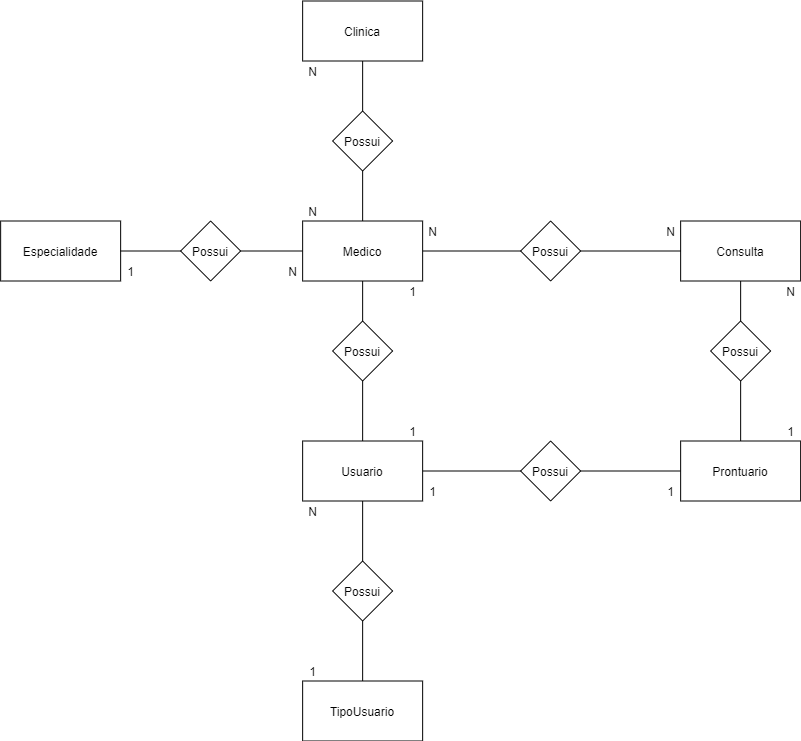
This is Modelagem/SpMedGroup - Modelo Conceitual.png from MattSouuza/Projeto-SpMedGroup, a draw.io export, as it was before one commit. Source tidied: cells renumbered, new cells last; positions are measured from the earlier drawing's top-left corner, leaving out a move shared by most shapes.
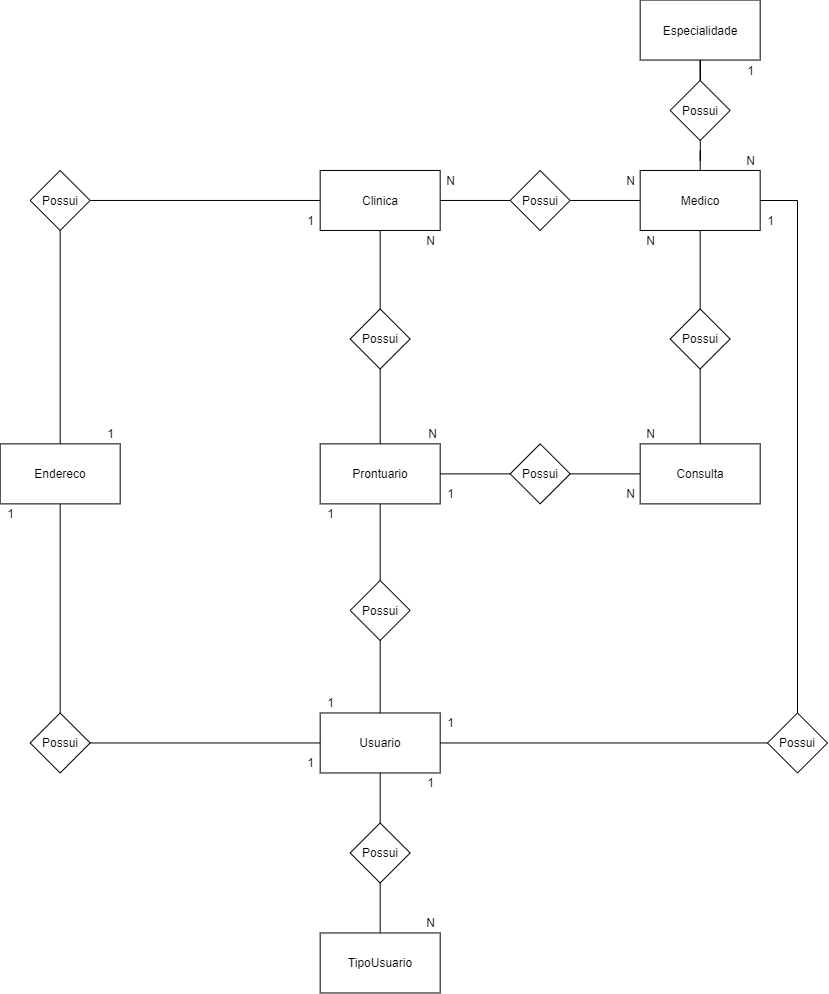
Later version of the same file.

The edit, as a diff of the source:
```diff
@@ -2,134 +2,181 @@
   <root>
     <mxCell id="0" />
     <mxCell id="1" parent="0" />
-    <mxCell id="2" style="edgeStyle=orthogonalEdgeStyle;rounded=0;jettySize=auto;html=1;endArrow=none;endFill=0;" parent="1" edge="1" source="3" target="10">
-      <mxGeometry relative="1" as="geometry" />
-    </mxCell>
+    <mxCell id="45" style="edgeStyle=orthogonalEdgeStyle;rounded=0;jettySize=auto;html=1;entryX=0.5;entryY=0;entryDx=0;entryDy=0;endArrow=none;endFill=0;" parent="1" edge="1" source="3" target="53">
+      <mxGeometry relative="1" as="geometry" />
+    </mxCell>
+    <mxCell id="46" style="edgeStyle=orthogonalEdgeStyle;rounded=0;jettySize=auto;html=1;entryX=0.5;entryY=0;entryDx=0;entryDy=0;endArrow=none;endFill=0;" parent="1" edge="1" source="3" target="57">
+      <mxGeometry relative="1" as="geometry" />
+    </mxCell>
-    <mxCell id="3" value="Clinica" style="rounded=0;whiteSpace=wrap;html=1;" parent="1" vertex="1">
-      <mxGeometry x="302.1" y="0.5" width="120" height="60" as="geometry" />
+    <mxCell id="3" value="Medico" style="rounded=0;whiteSpace=wrap;html=1;" parent="1" vertex="1">
+      <mxGeometry x="-200.3" y="32" width="120" height="60" as="geometry" />
     </mxCell>
-    <mxCell id="4" style="edgeStyle=orthogonalEdgeStyle;rounded=0;jettySize=auto;html=1;entryX=0;entryY=0.5;entryDx=0;entryDy=0;endArrow=none;endFill=0;" parent="1" edge="1" source="7" target="24">
+    <mxCell id="4" style="edgeStyle=orthogonalEdgeStyle;rounded=0;jettySize=auto;html=1;endArrow=none;endFill=0;" parent="1" edge="1" source="7" target="24">
       <mxGeometry relative="1" as="geometry" />
     </mxCell>
-    <mxCell id="5" style="edgeStyle=orthogonalEdgeStyle;rounded=0;jettySize=auto;html=1;entryX=0.5;entryY=0;entryDx=0;entryDy=0;endArrow=none;endFill=0;" parent="1" edge="1" source="7" target="14">
-      <mxGeometry relative="1" as="geometry" />
-    </mxCell>
-    <mxCell id="6" style="edgeStyle=orthogonalEdgeStyle;rounded=0;jettySize=auto;html=1;entryX=1;entryY=0.5;entryDx=0;entryDy=0;endArrow=none;endFill=0;" parent="1" edge="1" source="7" target="44">
-      <mxGeometry relative="1" as="geometry" />
-    </mxCell>
-    <mxCell id="7" value="Medico" style="rounded=0;whiteSpace=wrap;html=1;" parent="1" vertex="1">
-      <mxGeometry x="302.1" y="220.5" width="120" height="60" as="geometry" />
+    <mxCell id="7" value="Clinica" style="rounded=0;whiteSpace=wrap;html=1;" parent="1" vertex="1">
+      <mxGeometry x="-520.3" y="32" width="120" height="60" as="geometry" />
     </mxCell>
-    <mxCell id="8" value="&amp;nbsp; &amp;nbsp; &amp;nbsp;&amp;nbsp;" style="text;html=1;align=center;verticalAlign=middle;" parent="1" vertex="1">
-      <mxGeometry x="259" y="116.5" width="40" height="20" as="geometry" />
-    </mxCell>
+    <mxCell id="47" style="edgeStyle=orthogonalEdgeStyle;rounded=0;jettySize=auto;html=1;entryX=0;entryY=0.5;entryDx=0;entryDy=0;endArrow=none;endFill=0;" parent="1" edge="1" source="10" target="3">
+      <mxGeometry relative="1" as="geometry" />
+    </mxCell>
-    <mxCell id="9" style="edgeStyle=orthogonalEdgeStyle;rounded=0;jettySize=auto;html=1;entryX=0.5;entryY=0;entryDx=0;entryDy=0;endArrow=none;endFill=0;" parent="1" edge="1" source="10" target="7">
+    <mxCell id="9" style="edgeStyle=orthogonalEdgeStyle;rounded=0;jettySize=auto;html=1;endArrow=none;endFill=0;" parent="1" edge="1" source="10" target="7">
       <mxGeometry relative="1" as="geometry" />
     </mxCell>
     <mxCell id="10" value="Possui" style="rhombus;whiteSpace=wrap;html=1;" parent="1" vertex="1">
-      <mxGeometry x="332.1" y="110.5" width="60" height="60" as="geometry" />
+      <mxGeometry x="-330.3" y="32" width="60" height="60" as="geometry" />
     </mxCell>
-    <mxCell id="11" style="edgeStyle=orthogonalEdgeStyle;rounded=0;jettySize=auto;html=1;entryX=0;entryY=0.5;entryDx=0;entryDy=0;endArrow=none;endFill=0;" parent="1" edge="1" source="12" target="21">
-      <mxGeometry relative="1" as="geometry" />
-    </mxCell>
     <mxCell id="12" value="Usuario" style="rounded=0;whiteSpace=wrap;html=1;" parent="1" vertex="1">
-      <mxGeometry x="302.1" y="440.5" width="120" height="60" as="geometry" />
+      <mxGeometry x="-520.3" y="574.5" width="120" height="60" as="geometry" />
     </mxCell>
-    <mxCell id="13" style="edgeStyle=orthogonalEdgeStyle;rounded=0;jettySize=auto;html=1;endArrow=none;endFill=0;exitX=0.5;exitY=1;exitDx=0;exitDy=0;" parent="1" edge="1" source="14" target="12">
+    <mxCell id="13" style="edgeStyle=orthogonalEdgeStyle;rounded=0;jettySize=auto;html=1;entryX=0.5;entryY=0;entryDx=0;entryDy=0;endArrow=none;endFill=0;" parent="1" edge="1" source="14" target="12">
       <mxGeometry relative="1" as="geometry" />
     </mxCell>
+    <mxCell id="48" style="edgeStyle=orthogonalEdgeStyle;rounded=0;jettySize=auto;html=1;entryX=0.5;entryY=1;entryDx=0;entryDy=0;endArrow=none;endFill=0;" parent="1" edge="1" source="14" target="18">
+      <mxGeometry relative="1" as="geometry" />
+    </mxCell>
     <mxCell id="14" value="Possui" style="rhombus;whiteSpace=wrap;html=1;" parent="1" vertex="1">
-      <mxGeometry x="332.1" y="320.5" width="60" height="60" as="geometry" />
+      <mxGeometry x="-490.3" y="442" width="60" height="60" as="geometry" />
     </mxCell>
     <mxCell id="15" style="edgeStyle=orthogonalEdgeStyle;rounded=0;jettySize=auto;html=1;endArrow=none;endFill=0;" parent="1" edge="1" source="17" target="19">
       <mxGeometry relative="1" as="geometry" />
     </mxCell>
-    <mxCell id="16" style="edgeStyle=orthogonalEdgeStyle;rounded=0;jettySize=auto;html=1;entryX=0.5;entryY=1;entryDx=0;entryDy=0;endArrow=none;endFill=0;" parent="1" edge="1" source="17" target="12">
+    <mxCell id="16" style="edgeStyle=orthogonalEdgeStyle;rounded=0;jettySize=auto;html=1;endArrow=none;endFill=0;" parent="1" edge="1" source="17" target="12">
       <mxGeometry relative="1" as="geometry" />
     </mxCell>
     <mxCell id="17" value="Possui" style="rhombus;whiteSpace=wrap;html=1;" parent="1" vertex="1">
-      <mxGeometry x="332.1" y="560.5" width="60" height="60" as="geometry" />
+      <mxGeometry x="-490.3" y="684.5" width="60" height="60" as="geometry" />
     </mxCell>
-    <mxCell id="18" value="Consulta" style="rounded=0;whiteSpace=wrap;html=1;" parent="1" vertex="1">
-      <mxGeometry x="680.1" y="220.5" width="120" height="60" as="geometry" />
+    <mxCell id="18" value="Prontuario" style="rounded=0;whiteSpace=wrap;html=1;" parent="1" vertex="1">
+      <mxGeometry x="-520.3" y="305.4" width="120" height="60" as="geometry" />
     </mxCell>
     <mxCell id="19" value="TipoUsuario" style="rounded=0;whiteSpace=wrap;html=1;" parent="1" vertex="1">
-      <mxGeometry x="302.1" y="680.5" width="120" height="60" as="geometry" />
+      <mxGeometry x="-520.3" y="794.5" width="120" height="60" as="geometry" />
     </mxCell>
     <mxCell id="20" style="edgeStyle=orthogonalEdgeStyle;rounded=0;jettySize=auto;html=1;entryX=0;entryY=0.5;entryDx=0;entryDy=0;endArrow=none;endFill=0;" parent="1" edge="1" source="21" target="25">
       <mxGeometry relative="1" as="geometry" />
     </mxCell>
+    <mxCell id="49" style="edgeStyle=orthogonalEdgeStyle;rounded=0;jettySize=auto;html=1;endArrow=none;endFill=0;" parent="1" edge="1" source="21" target="18">
+      <mxGeometry relative="1" as="geometry" />
+    </mxCell>
     <mxCell id="21" value="Possui" style="rhombus;whiteSpace=wrap;html=1;" parent="1" vertex="1">
-      <mxGeometry x="520.1" y="440.5" width="60" height="60" as="geometry" />
+      <mxGeometry x="-330.3" y="305.4" width="60" height="60" as="geometry" />
     </mxCell>
     <mxCell id="22" value="Especialidade" style="rounded=0;whiteSpace=wrap;html=1;" parent="1" vertex="1">
-      <mxGeometry x="0.1" y="220.5" width="120" height="60" as="geometry" />
+      <mxGeometry x="-200.3" y="-138.5" width="120" height="60" as="geometry" />
     </mxCell>
-    <mxCell id="23" style="edgeStyle=orthogonalEdgeStyle;rounded=0;jettySize=auto;html=1;entryX=0;entryY=0.5;entryDx=0;entryDy=0;endArrow=none;endFill=0;" parent="1" edge="1" source="24" target="18">
+    <mxCell id="23" style="edgeStyle=orthogonalEdgeStyle;rounded=0;jettySize=auto;html=1;entryX=0.5;entryY=0;entryDx=0;entryDy=0;endArrow=none;endFill=0;" parent="1" edge="1" source="24" target="18">
       <mxGeometry relative="1" as="geometry" />
     </mxCell>
     <mxCell id="24" value="Possui" style="rhombus;whiteSpace=wrap;html=1;" parent="1" vertex="1">
-      <mxGeometry x="520.1" y="220.5" width="60" height="60" as="geometry" />
+      <mxGeometry x="-490.3" y="170.5" width="60" height="60" as="geometry" />
     </mxCell>
-    <mxCell id="25" value="Prontuario" style="rounded=0;whiteSpace=wrap;html=1;" parent="1" vertex="1">
-      <mxGeometry x="680.1" y="440.5" width="120" height="60" as="geometry" />
+    <mxCell id="25" value="Consulta" style="rounded=0;whiteSpace=wrap;html=1;" parent="1" vertex="1">
+      <mxGeometry x="-200.3" y="305.4" width="120" height="60" as="geometry" />
     </mxCell>
-    <mxCell id="26" style="edgeStyle=orthogonalEdgeStyle;rounded=0;jettySize=auto;html=1;entryX=0.5;entryY=1;entryDx=0;entryDy=0;endArrow=none;endFill=0;" parent="1" edge="1" source="28" target="18">
-      <mxGeometry relative="1" as="geometry" />
-    </mxCell>
-    <mxCell id="27" style="edgeStyle=orthogonalEdgeStyle;rounded=0;jettySize=auto;html=1;entryX=0.5;entryY=0;entryDx=0;entryDy=0;endArrow=none;endFill=0;" parent="1" edge="1" source="28" target="25">
-      <mxGeometry relative="1" as="geometry" />
-    </mxCell>
-    <mxCell id="28" value="Possui" style="rhombus;whiteSpace=wrap;html=1;" parent="1" vertex="1">
-      <mxGeometry x="710.1" y="320.5" width="60" height="60" as="geometry" />
-    </mxCell>
-    <mxCell id="29" value="N" style="text;html=1;align=center;verticalAlign=middle;" parent="1" vertex="1">
-      <mxGeometry x="302.1" y="60.5" width="20" height="20" as="geometry" />
-    </mxCell>
-    <mxCell id="30" value="N" style="text;html=1;align=center;verticalAlign=middle;" parent="1" vertex="1">
-      <mxGeometry x="302.1" y="200.5" width="20" height="20" as="geometry" />
-    </mxCell>
-    <mxCell id="31" value="1" style="text;html=1;align=center;verticalAlign=middle;" parent="1" vertex="1">
-      <mxGeometry x="120.1" y="260.5" width="20" height="20" as="geometry" />
-    </mxCell>
-    <mxCell id="32" value="N" style="text;html=1;align=center;verticalAlign=middle;" parent="1" vertex="1">
-      <mxGeometry x="282.1" y="260.5" width="20" height="20" as="geometry" />
-    </mxCell>
-    <mxCell id="33" value="N" style="text;html=1;align=center;verticalAlign=middle;" parent="1" vertex="1">
-      <mxGeometry x="422.1" y="220.5" width="20" height="20" as="geometry" />
-    </mxCell>
-    <mxCell id="34" value="N" style="text;html=1;align=center;verticalAlign=middle;" parent="1" vertex="1">
-      <mxGeometry x="660.1" y="220.5" width="20" height="20" as="geometry" />
-    </mxCell>
-    <mxCell id="35" value="N" style="text;html=1;align=center;verticalAlign=middle;" parent="1" vertex="1">
-      <mxGeometry x="780.1" y="280.5" width="20" height="20" as="geometry" />
-    </mxCell>
-    <mxCell id="36" value="1" style="text;html=1;align=center;verticalAlign=middle;" parent="1" vertex="1">
-      <mxGeometry x="780.1" y="420.5" width="20" height="20" as="geometry" />
-    </mxCell>
-    <mxCell id="37" value="1" style="text;html=1;align=center;verticalAlign=middle;" parent="1" vertex="1">
-      <mxGeometry x="660.1" y="480.5" width="20" height="20" as="geometry" />
-    </mxCell>
-    <mxCell id="38" value="1" style="text;html=1;align=center;verticalAlign=middle;" parent="1" vertex="1">
-      <mxGeometry x="422.1" y="480.5" width="20" height="20" as="geometry" />
-    </mxCell>
-    <mxCell id="39" value="N" style="text;html=1;align=center;verticalAlign=middle;" parent="1" vertex="1">
-      <mxGeometry x="302.1" y="500.5" width="20" height="20" as="geometry" />
-    </mxCell>
-    <mxCell id="40" value="1" style="text;html=1;align=center;verticalAlign=middle;" parent="1" vertex="1">
-      <mxGeometry x="302.1" y="660.5" width="20" height="20" as="geometry" />
-    </mxCell>
-    <mxCell id="41" value="1" style="text;html=1;align=center;verticalAlign=middle;" parent="1" vertex="1">
-      <mxGeometry x="402.1" y="280.5" width="20" height="20" as="geometry" />
-    </mxCell>
-    <mxCell id="42" value="1" style="text;html=1;align=center;verticalAlign=middle;" parent="1" vertex="1">
-      <mxGeometry x="402.1" y="420.5" width="20" height="20" as="geometry" />
-    </mxCell>
-    <mxCell id="43" style="edgeStyle=orthogonalEdgeStyle;rounded=0;jettySize=auto;html=1;entryX=1;entryY=0.5;entryDx=0;entryDy=0;endArrow=none;endFill=0;" parent="1" edge="1" source="44" target="22">
-      <mxGeometry relative="1" as="geometry" />
-    </mxCell>
+    <mxCell id="50" style="edgeStyle=orthogonalEdgeStyle;rounded=0;jettySize=auto;html=1;endArrow=none;endFill=0;" parent="1" edge="1" source="44">
+      <mxGeometry relative="1" as="geometry">
+        <mxPoint x="-140.3" y="-78" as="targetPoint" />
+      </mxGeometry>
+    </mxCell>
+    <mxCell id="51" style="edgeStyle=orthogonalEdgeStyle;rounded=0;jettySize=auto;html=1;entryX=0.5;entryY=0;entryDx=0;entryDy=0;endArrow=none;endFill=0;" parent="1" edge="1" source="44" target="3">
+      <mxGeometry relative="1" as="geometry" />
+    </mxCell>
     <mxCell id="44" value="Possui" style="rhombus;whiteSpace=wrap;html=1;" parent="1" vertex="1">
-      <mxGeometry x="180.1" y="220.5" width="60" height="60" as="geometry" />
+      <mxGeometry x="-170.3" y="-58" width="60" height="60" as="geometry" />
     </mxCell>
+    <mxCell id="52" style="edgeStyle=orthogonalEdgeStyle;rounded=0;jettySize=auto;html=1;endArrow=none;endFill=0;" parent="1" edge="1" source="53" target="25">
+      <mxGeometry relative="1" as="geometry" />
+    </mxCell>
+    <mxCell id="53" value="Possui" style="rhombus;whiteSpace=wrap;html=1;" parent="1" vertex="1">
+      <mxGeometry x="-170.3" y="170.5" width="60" height="60" as="geometry" />
+    </mxCell>
+    <mxCell id="54" style="edgeStyle=orthogonalEdgeStyle;rounded=0;jettySize=auto;html=1;endArrow=none;endFill=0;" parent="1" edge="1" source="55" target="62">
+      <mxGeometry relative="1" as="geometry" />
+    </mxCell>
+    <mxCell id="55" value="Endereco" style="rounded=0;whiteSpace=wrap;html=1;" parent="1" vertex="1">
+      <mxGeometry x="-840.3" y="305.4" width="120" height="60" as="geometry" />
+    </mxCell>
+    <mxCell id="56" style="edgeStyle=orthogonalEdgeStyle;rounded=0;jettySize=auto;html=1;entryX=1;entryY=0.5;entryDx=0;entryDy=0;endArrow=none;endFill=0;" parent="1" edge="1" source="57" target="12">
+      <mxGeometry relative="1" as="geometry" />
+    </mxCell>
+    <mxCell id="57" value="Possui" style="rhombus;whiteSpace=wrap;html=1;" parent="1" vertex="1">
+      <mxGeometry x="-73" y="574.5" width="60" height="60" as="geometry" />
+    </mxCell>
+    <mxCell id="58" style="edgeStyle=orthogonalEdgeStyle;rounded=0;jettySize=auto;html=1;endArrow=none;endFill=0;" parent="1" edge="1" source="60" target="55">
+      <mxGeometry relative="1" as="geometry" />
+    </mxCell>
+    <mxCell id="59" style="edgeStyle=orthogonalEdgeStyle;rounded=0;jettySize=auto;html=1;endArrow=none;endFill=0;" parent="1" edge="1" source="60" target="7">
+      <mxGeometry relative="1" as="geometry" />
+    </mxCell>
+    <mxCell id="60" value="Possui" style="rhombus;whiteSpace=wrap;html=1;" parent="1" vertex="1">
+      <mxGeometry x="-810.3" y="32" width="60" height="60" as="geometry" />
+    </mxCell>
+    <mxCell id="61" style="edgeStyle=orthogonalEdgeStyle;rounded=0;jettySize=auto;html=1;endArrow=none;endFill=0;" parent="1" edge="1" source="62" target="12">
+      <mxGeometry relative="1" as="geometry" />
+    </mxCell>
+    <mxCell id="62" value="Possui" style="rhombus;whiteSpace=wrap;html=1;" parent="1" vertex="1">
+      <mxGeometry x="-810.3" y="574.5" width="60" height="60" as="geometry" />
+    </mxCell>
+    <mxCell id="63" value="N" style="text;html=1;align=center;verticalAlign=middle;" parent="1" vertex="1">
+      <mxGeometry x="-420.3" y="92" width="20" height="20" as="geometry" />
+    </mxCell>
+    <mxCell id="64" value="N" style="text;html=1;align=center;verticalAlign=middle;" parent="1" vertex="1">
+      <mxGeometry x="-418" y="285.4" width="20" height="20" as="geometry" />
+    </mxCell>
+    <mxCell id="65" value="N" style="text;html=1;align=center;verticalAlign=middle;" parent="1" vertex="1">
+      <mxGeometry x="-400.3" y="32" width="20" height="20" as="geometry" />
+    </mxCell>
+    <mxCell id="66" value="N" style="text;html=1;align=center;verticalAlign=middle;" parent="1" vertex="1">
+      <mxGeometry x="-220.3" y="32" width="20" height="20" as="geometry" />
+    </mxCell>
+    <mxCell id="67" value="N" style="text;html=1;align=center;verticalAlign=middle;" parent="1" vertex="1">
+      <mxGeometry x="-100.3" y="12" width="20" height="20" as="geometry" />
+    </mxCell>
+    <mxCell id="68" value="1" style="text;html=1;align=center;verticalAlign=middle;" parent="1" vertex="1">
+      <mxGeometry x="-100.3" y="-78.5" width="20" height="20" as="geometry" />
+    </mxCell>
+    <mxCell id="69" value="N" style="text;html=1;align=center;verticalAlign=middle;" parent="1" vertex="1">
+      <mxGeometry x="-200.3" y="92" width="20" height="20" as="geometry" />
+    </mxCell>
+    <mxCell id="70" value="N" style="text;html=1;align=center;verticalAlign=middle;" parent="1" vertex="1">
+      <mxGeometry x="-200.3" y="285.4" width="20" height="20" as="geometry" />
+    </mxCell>
+    <mxCell id="71" value="1" style="text;html=1;align=center;verticalAlign=middle;" parent="1" vertex="1">
+      <mxGeometry x="-80.3" y="72" width="20" height="20" as="geometry" />
+    </mxCell>
+    <mxCell id="72" value="1" style="text;html=1;align=center;verticalAlign=middle;" parent="1" vertex="1">
+      <mxGeometry x="-400.3" y="574.5" width="20" height="20" as="geometry" />
+    </mxCell>
+    <mxCell id="73" value="1" style="text;html=1;align=center;verticalAlign=middle;" parent="1" vertex="1">
+      <mxGeometry x="-400.3" y="345.4" width="20" height="20" as="geometry" />
+    </mxCell>
+    <mxCell id="74" value="N" style="text;html=1;align=center;verticalAlign=middle;" parent="1" vertex="1">
+      <mxGeometry x="-220.3" y="345.4" width="20" height="20" as="geometry" />
+    </mxCell>
+    <mxCell id="75" value="1" style="text;html=1;align=center;verticalAlign=middle;" parent="1" vertex="1">
+      <mxGeometry x="-520.3" y="365.4" width="20" height="20" as="geometry" />
+    </mxCell>
+    <mxCell id="76" value="1" style="text;html=1;align=center;verticalAlign=middle;" parent="1" vertex="1">
+      <mxGeometry x="-520.3" y="554.5" width="20" height="20" as="geometry" />
+    </mxCell>
+    <mxCell id="77" value="1" style="text;html=1;align=center;verticalAlign=middle;" parent="1" vertex="1">
+      <mxGeometry x="-540.3" y="614.5" width="20" height="20" as="geometry" />
+    </mxCell>
+    <mxCell id="78" value="1" style="text;html=1;align=center;verticalAlign=middle;" parent="1" vertex="1">
+      <mxGeometry x="-840.3" y="365.4" width="20" height="20" as="geometry" />
+    </mxCell>
+    <mxCell id="79" value="1" style="text;html=1;align=center;verticalAlign=middle;" parent="1" vertex="1">
+      <mxGeometry x="-540.3" y="72" width="20" height="20" as="geometry" />
+    </mxCell>
+    <mxCell id="80" value="1" style="text;html=1;align=center;verticalAlign=middle;" parent="1" vertex="1">
+      <mxGeometry x="-740.3" y="285.4" width="20" height="20" as="geometry" />
+    </mxCell>
+    <mxCell id="81" value="N" style="text;html=1;align=center;verticalAlign=middle;" parent="1" vertex="1">
+      <mxGeometry x="-420.3" y="774.5" width="20" height="20" as="geometry" />
+    </mxCell>
+    <mxCell id="82" value="1" style="text;html=1;align=center;verticalAlign=middle;" parent="1" vertex="1">
+      <mxGeometry x="-420.3" y="634.5" width="20" height="20" as="geometry" />
+    </mxCell>
   </root>
 </mxGraphModel>
```
